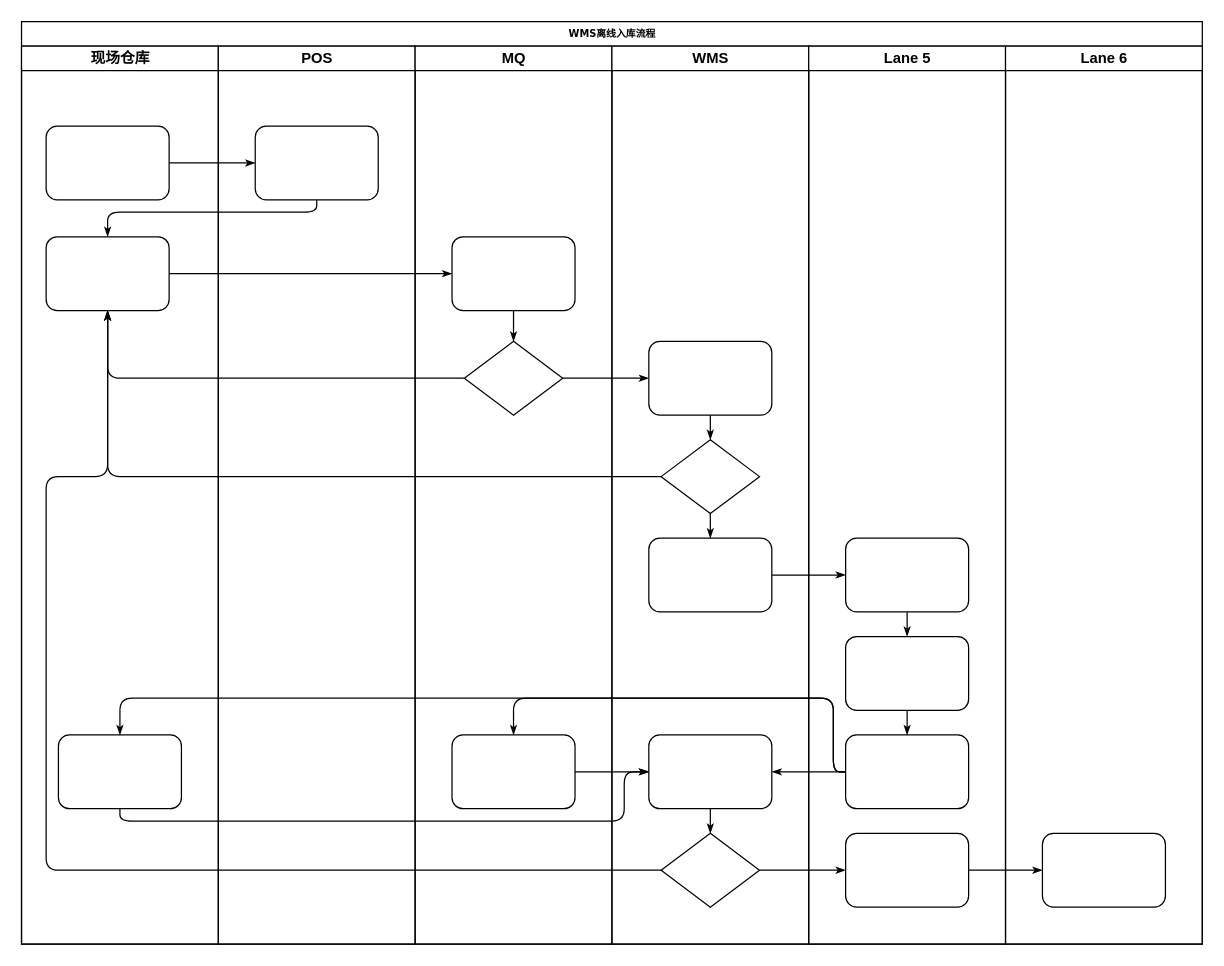
This is 未命名绘图.drawio from brahao/draw.io, a draw.io file, before an edit. Source tidied: cells renumbered, new cells numbered last; positions are measured from the earlier drawing's top-left corner, leaving out a move shared by most shapes. Both pictures are drawn from the tidied source at 123%, with x=0, y=0 at pixel (21, 21).
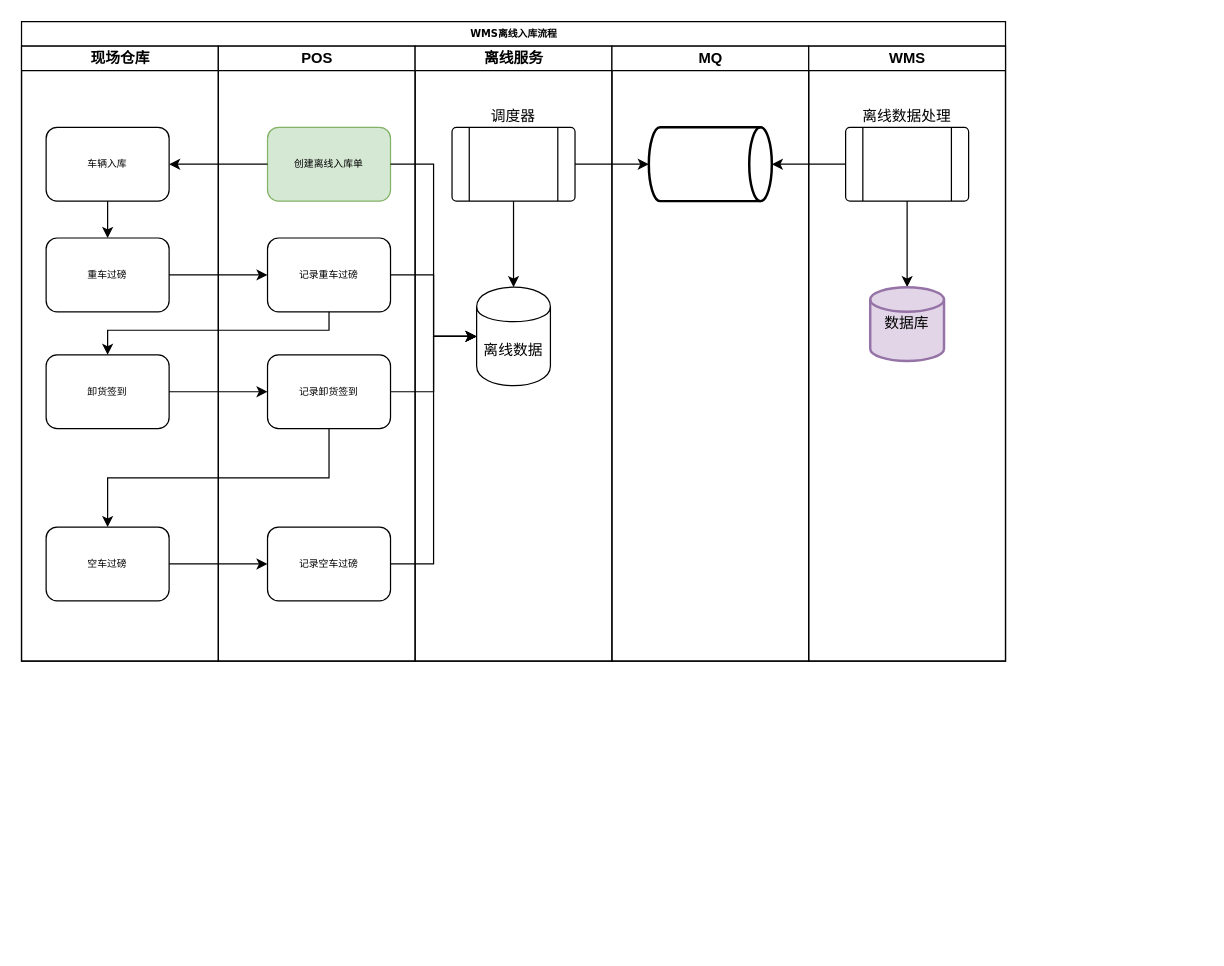
The same diagram, later.

Commit message:
更新未命名绘图.drawio

Change to the diagram source:
```diff
@@
     <mxCell id="2" value="WMS离线入库流程" style="swimlane;html=1;startSize=20;rounded=0;shadow=0;labelBackgroundColor=none;strokeWidth=1;fontFamily=Verdana;fontSize=8;align=center;" parent="1" vertex="1">
-      <mxGeometry width="960" height="750" as="geometry" />
+      <mxGeometry width="800" height="520" as="geometry" />
     </mxCell>
     <mxCell id="3" value="现场仓库" style="swimlane;html=1;startSize=20;" parent="2" vertex="1">
-      <mxGeometry y="20" width="160" height="730" as="geometry" />
+      <mxGeometry y="20" width="160" height="500" as="geometry" />
     </mxCell>
+    <mxCell id="47" style="edgeStyle=orthogonalEdgeStyle;rounded=0;jettySize=auto;html=1;" parent="3" edge="1" source="4" target="5">
+      <mxGeometry relative="1" as="geometry" />
+    </mxCell>
-    <mxCell id="4" style="rounded=1;whiteSpace=wrap;html=1;shadow=0;labelBackgroundColor=none;strokeWidth=1;fontFamily=Verdana;fontSize=8;align=center;" parent="3" vertex="1">
-      <mxGeometry x="20" y="65" width="100" height="60" as="geometry" />
+    <mxCell id="4" value="车辆入库" style="rounded=1;whiteSpace=wrap;html=1;shadow=0;labelBackgroundColor=none;strokeWidth=1;fontFamily=Verdana;fontSize=8;align=center;" parent="3" vertex="1">
+      <mxGeometry x="20" y="66" width="100" height="60" as="geometry" />
     </mxCell>
-    <mxCell id="5" style="rounded=1;whiteSpace=wrap;html=1;shadow=0;labelBackgroundColor=none;strokeWidth=1;fontFamily=Verdana;fontSize=8;align=center;" parent="3" vertex="1">
-      <mxGeometry x="20" y="155" width="100" height="60" as="geometry" />
+    <mxCell id="5" value="重车过磅" style="rounded=1;whiteSpace=wrap;html=1;shadow=0;labelBackgroundColor=none;strokeWidth=1;fontFamily=Verdana;fontSize=8;align=center;" parent="3" vertex="1">
+      <mxGeometry x="20" y="156" width="100" height="60" as="geometry" />
     </mxCell>
-    <mxCell id="6" style="rounded=1;whiteSpace=wrap;html=1;shadow=0;labelBackgroundColor=none;strokeWidth=1;fontFamily=Verdana;fontSize=8;align=center;" parent="3" vertex="1">
-      <mxGeometry x="30" y="560" width="100" height="60" as="geometry" />
+    <mxCell id="6" value="卸货签到" style="rounded=1;whiteSpace=wrap;html=1;shadow=0;labelBackgroundColor=none;strokeWidth=1;fontFamily=Verdana;fontSize=8;align=center;" parent="3" vertex="1">
+      <mxGeometry x="20" y="251" width="100" height="60" as="geometry" />
     </mxCell>
-    <mxCell id="7" style="edgeStyle=orthogonalEdgeStyle;rounded=1;html=1;labelBackgroundColor=none;startArrow=none;startFill=0;startSize=5;endArrow=classicThin;endFill=1;endSize=5;jettySize=auto;strokeWidth=1;fontFamily=Verdana;fontSize=8;" parent="2" edge="1" source="4" target="23">
-      <mxGeometry relative="1" as="geometry" />
-    </mxCell>
-    <mxCell id="8" style="edgeStyle=orthogonalEdgeStyle;rounded=1;html=1;labelBackgroundColor=none;startArrow=none;startFill=0;startSize=5;endArrow=classicThin;endFill=1;endSize=5;jettySize=auto;strokeWidth=1;fontFamily=Verdana;fontSize=8;" parent="2" edge="1" source="23" target="5">
-      <mxGeometry relative="1" as="geometry">
-        <Array as="points">
-          <mxPoint x="240" y="155" />
-          <mxPoint x="70" y="155" />
-        </Array>
-      </mxGeometry>
-    </mxCell>
-    <mxCell id="9" style="edgeStyle=orthogonalEdgeStyle;rounded=1;html=1;labelBackgroundColor=none;startArrow=none;startFill=0;startSize=5;endArrow=classicThin;endFill=1;endSize=5;jettySize=auto;strokeWidth=1;fontFamily=Verdana;fontSize=8;" parent="2" edge="1" source="5" target="25">
-      <mxGeometry relative="1" as="geometry" />
-    </mxCell>
-    <mxCell id="10" style="edgeStyle=orthogonalEdgeStyle;rounded=1;html=1;labelBackgroundColor=none;startArrow=none;startFill=0;startSize=5;endArrow=classicThin;endFill=1;endSize=5;jettySize=auto;strokeWidth=1;fontFamily=Verdana;fontSize=8;" parent="2" edge="1" source="26" target="5">
-      <mxGeometry relative="1" as="geometry" />
-    </mxCell>
-    <mxCell id="11" style="edgeStyle=orthogonalEdgeStyle;rounded=1;html=1;labelBackgroundColor=none;startArrow=none;startFill=0;startSize=5;endArrow=classicThin;endFill=1;endSize=5;jettySize=auto;strokeWidth=1;fontFamily=Verdana;fontSize=8;" parent="2" edge="1" source="31" target="5">
-      <mxGeometry relative="1" as="geometry" />
-    </mxCell>
-    <mxCell id="12" style="edgeStyle=orthogonalEdgeStyle;rounded=1;html=1;labelBackgroundColor=none;startArrow=none;startFill=0;startSize=5;endArrow=classicThin;endFill=1;endSize=5;jettySize=auto;strokeWidth=1;fontFamily=Verdana;fontSize=8;" parent="2" edge="1" source="34" target="5">
-      <mxGeometry relative="1" as="geometry">
-        <Array as="points">
-          <mxPoint x="20" y="690" />
-          <mxPoint x="20" y="370" />
-          <mxPoint x="70" y="370" />
-        </Array>
-      </mxGeometry>
-    </mxCell>
-    <mxCell id="13" style="edgeStyle=orthogonalEdgeStyle;rounded=1;html=1;labelBackgroundColor=none;startArrow=none;startFill=0;startSize=5;endArrow=classicThin;endFill=1;endSize=5;jettySize=auto;strokeWidth=1;fontFamily=Verdana;fontSize=8;" parent="2" edge="1" source="26" target="30">
-      <mxGeometry relative="1" as="geometry" />
-    </mxCell>
-    <mxCell id="14" style="edgeStyle=orthogonalEdgeStyle;rounded=1;html=1;labelBackgroundColor=none;startArrow=none;startFill=0;startSize=5;endArrow=classicThin;endFill=1;endSize=5;jettySize=auto;strokeWidth=1;fontFamily=Verdana;fontSize=8;" parent="2" edge="1" source="34" target="42">
-      <mxGeometry relative="1" as="geometry" />
-    </mxCell>
-    <mxCell id="15" style="edgeStyle=orthogonalEdgeStyle;rounded=1;html=1;labelBackgroundColor=none;startArrow=none;startFill=0;startSize=5;endArrow=classicThin;endFill=1;endSize=5;jettySize=auto;strokeWidth=1;fontFamily=Verdana;fontSize=8;" parent="2" edge="1" source="42" target="46">
-      <mxGeometry relative="1" as="geometry" />
-    </mxCell>
-    <mxCell id="16" style="edgeStyle=orthogonalEdgeStyle;rounded=1;html=1;labelBackgroundColor=none;startArrow=none;startFill=0;startSize=5;endArrow=classicThin;endFill=1;endSize=5;jettySize=auto;strokeWidth=1;fontFamily=Verdana;fontSize=8;" parent="2" edge="1" source="32" target="39">
-      <mxGeometry relative="1" as="geometry" />
-    </mxCell>
-    <mxCell id="17" style="edgeStyle=orthogonalEdgeStyle;rounded=1;html=1;labelBackgroundColor=none;startArrow=none;startFill=0;startSize=5;endArrow=classicThin;endFill=1;endSize=5;jettySize=auto;strokeWidth=1;fontFamily=Verdana;fontSize=8;" parent="2" edge="1" source="41" target="27">
-      <mxGeometry relative="1" as="geometry">
-        <Array as="points">
-          <mxPoint x="660" y="610" />
-          <mxPoint x="660" y="550" />
-          <mxPoint x="400" y="550" />
-        </Array>
-      </mxGeometry>
-    </mxCell>
-    <mxCell id="18" style="edgeStyle=orthogonalEdgeStyle;rounded=1;html=1;labelBackgroundColor=none;startArrow=none;startFill=0;startSize=5;endArrow=classicThin;endFill=1;endSize=5;jettySize=auto;strokeColor=#000000;strokeWidth=1;fontFamily=Verdana;fontSize=8;fontColor=#000000;" parent="2" edge="1" source="41" target="33">
-      <mxGeometry relative="1" as="geometry" />
-    </mxCell>
-    <mxCell id="19" style="edgeStyle=orthogonalEdgeStyle;rounded=1;html=1;labelBackgroundColor=none;startArrow=none;startFill=0;startSize=5;endArrow=classicThin;endFill=1;endSize=5;jettySize=auto;strokeWidth=1;fontFamily=Verdana;fontSize=8;" parent="2" edge="1" source="41" target="6">
-      <mxGeometry relative="1" as="geometry">
-        <Array as="points">
-          <mxPoint x="660" y="610" />
-          <mxPoint x="660" y="550" />
-          <mxPoint x="80" y="550" />
-        </Array>
-      </mxGeometry>
-    </mxCell>
-    <mxCell id="20" style="edgeStyle=orthogonalEdgeStyle;rounded=1;html=1;labelBackgroundColor=none;startArrow=none;startFill=0;startSize=5;endArrow=classicThin;endFill=1;endSize=5;jettySize=auto;strokeWidth=1;fontFamily=Verdana;fontSize=8;" parent="2" edge="1" source="6" target="33">
-      <mxGeometry relative="1" as="geometry">
-        <Array as="points">
-          <mxPoint x="80" y="650" />
-          <mxPoint x="490" y="650" />
-          <mxPoint x="490" y="610" />
-        </Array>
-      </mxGeometry>
-    </mxCell>
-    <mxCell id="21" style="edgeStyle=orthogonalEdgeStyle;rounded=1;html=1;labelBackgroundColor=none;startArrow=none;startFill=0;startSize=5;endArrow=classicThin;endFill=1;endSize=5;jettySize=auto;strokeWidth=1;fontFamily=Verdana;fontSize=8;" parent="2" edge="1" source="27" target="33">
-      <mxGeometry relative="1" as="geometry" />
-    </mxCell>
+    <mxCell id="48" value="空车过磅" style="rounded=1;whiteSpace=wrap;html=1;shadow=0;labelBackgroundColor=none;strokeWidth=1;fontFamily=Verdana;fontSize=8;align=center;" parent="3" vertex="1">
+      <mxGeometry x="20" y="391" width="100" height="60" as="geometry" />
+    </mxCell>
     <mxCell id="22" value="POS" style="swimlane;html=1;startSize=20;" parent="2" vertex="1">
-      <mxGeometry x="160" y="20" width="160" height="730" as="geometry" />
+      <mxGeometry x="160" y="20" width="160" height="500" as="geometry" />
     </mxCell>
+    <mxCell id="49" value="记录空车过磅" style="rounded=1;whiteSpace=wrap;html=1;shadow=0;labelBackgroundColor=none;strokeWidth=1;fontFamily=Verdana;fontSize=8;align=center;" parent="22" vertex="1">
+      <mxGeometry x="40" y="391" width="100" height="60" as="geometry" />
+    </mxCell>
+    <mxCell id="50" value="记录卸货签到" style="rounded=1;whiteSpace=wrap;html=1;shadow=0;labelBackgroundColor=none;strokeWidth=1;fontFamily=Verdana;fontSize=8;align=center;" parent="22" vertex="1">
+      <mxGeometry x="40" y="251" width="100" height="60" as="geometry" />
+    </mxCell>
+    <mxCell id="51" value="记录重车过磅" style="rounded=1;whiteSpace=wrap;html=1;shadow=0;labelBackgroundColor=none;strokeWidth=1;fontFamily=Verdana;fontSize=8;align=center;" parent="22" vertex="1">
+      <mxGeometry x="40" y="156" width="100" height="60" as="geometry" />
+    </mxCell>
-    <mxCell id="23" style="rounded=1;whiteSpace=wrap;html=1;shadow=0;labelBackgroundColor=none;strokeWidth=1;fontFamily=Verdana;fontSize=8;align=center;" parent="22" vertex="1">
-      <mxGeometry x="30" y="65" width="100" height="60" as="geometry" />
+    <mxCell id="23" value="创建离线入库单" style="rounded=1;whiteSpace=wrap;html=1;shadow=0;labelBackgroundColor=none;strokeWidth=1;fontFamily=Verdana;fontSize=8;align=center;fillColor=#d5e8d4;strokeColor=#82b366;" parent="22" vertex="1">
+      <mxGeometry x="40" y="66" width="100" height="60" as="geometry" />
     </mxCell>
-    <mxCell id="24" value="MQ" style="swimlane;html=1;startSize=20;" parent="2" vertex="1">
-      <mxGeometry x="320" y="20" width="160" height="730" as="geometry" />
+    <mxCell id="24" value="离线服务" style="swimlane;html=1;startSize=20;" parent="2" vertex="1">
+      <mxGeometry x="320" y="20" width="160" height="500" as="geometry" />
     </mxCell>
-    <mxCell id="25" style="rounded=1;whiteSpace=wrap;html=1;shadow=0;labelBackgroundColor=none;strokeWidth=1;fontFamily=Verdana;fontSize=8;align=center;" parent="24" vertex="1">
-      <mxGeometry x="30" y="155" width="100" height="60" as="geometry" />
-    </mxCell>
-    <mxCell id="26" style="rhombus;whiteSpace=wrap;html=1;rounded=0;shadow=0;labelBackgroundColor=none;strokeWidth=1;fontFamily=Verdana;fontSize=8;align=center;" parent="24" vertex="1">
-      <mxGeometry x="40" y="240" width="80" height="60" as="geometry" />
-    </mxCell>
-    <mxCell id="27" style="rounded=1;whiteSpace=wrap;html=1;shadow=0;labelBackgroundColor=none;strokeWidth=1;fontFamily=Verdana;fontSize=8;align=center;" parent="24" vertex="1">
-      <mxGeometry x="30" y="560" width="100" height="60" as="geometry" />
-    </mxCell>
-    <mxCell id="28" style="edgeStyle=orthogonalEdgeStyle;rounded=1;html=1;labelBackgroundColor=none;startArrow=none;startFill=0;startSize=5;endArrow=classicThin;endFill=1;endSize=5;jettySize=auto;strokeWidth=1;fontFamily=Verdana;fontSize=8;" parent="24" edge="1" source="25" target="26">
-      <mxGeometry relative="1" as="geometry" />
-    </mxCell>
+    <mxCell id="52" value="离线数据" style="shape=cylinder;whiteSpace=wrap;html=1;boundedLbl=1;backgroundOutline=1;" parent="24" vertex="1">
+      <mxGeometry x="50" y="196" width="60" height="80" as="geometry" />
+    </mxCell>
+    <mxCell id="53" style="edgeStyle=orthogonalEdgeStyle;rounded=0;jettySize=auto;html=1;" parent="24" edge="1" source="54" target="52">
+      <mxGeometry relative="1" as="geometry" />
+    </mxCell>
+    <mxCell id="54" value="调度器" style="verticalLabelPosition=top;verticalAlign=bottom;html=1;shape=process;whiteSpace=wrap;rounded=1;size=0.14;arcSize=6;labelPosition=center;align=center;" parent="24" vertex="1">
+      <mxGeometry x="30" y="66" width="100" height="60" as="geometry" />
+    </mxCell>
-    <mxCell id="29" value="WMS" style="swimlane;html=1;startSize=20;" parent="2" vertex="1">
-      <mxGeometry x="480" y="20" width="160" height="730" as="geometry" />
+    <mxCell id="29" value="MQ" style="swimlane;html=1;startSize=20;" parent="2" vertex="1">
+      <mxGeometry x="480" y="20" width="160" height="500" as="geometry" />
     </mxCell>
-    <mxCell id="30" style="rounded=1;whiteSpace=wrap;html=1;shadow=0;labelBackgroundColor=none;strokeWidth=1;fontFamily=Verdana;fontSize=8;align=center;" parent="29" vertex="1">
-      <mxGeometry x="30" y="240" width="100" height="60" as="geometry" />
-    </mxCell>
-    <mxCell id="31" style="rhombus;whiteSpace=wrap;html=1;rounded=0;shadow=0;labelBackgroundColor=none;strokeWidth=1;fontFamily=Verdana;fontSize=8;align=center;" parent="29" vertex="1">
-      <mxGeometry x="40" y="320" width="80" height="60" as="geometry" />
-    </mxCell>
-    <mxCell id="32" style="rounded=1;whiteSpace=wrap;html=1;shadow=0;labelBackgroundColor=none;strokeWidth=1;fontFamily=Verdana;fontSize=8;align=center;" parent="29" vertex="1">
-      <mxGeometry x="30" y="400" width="100" height="60" as="geometry" />
-    </mxCell>
-    <mxCell id="33" style="rounded=1;whiteSpace=wrap;html=1;shadow=0;labelBackgroundColor=none;strokeWidth=1;fontFamily=Verdana;fontSize=8;align=center;" parent="29" vertex="1">
-      <mxGeometry x="30" y="560" width="100" height="60" as="geometry" />
-    </mxCell>
-    <mxCell id="34" style="rhombus;whiteSpace=wrap;html=1;rounded=0;shadow=0;labelBackgroundColor=none;strokeWidth=1;fontFamily=Verdana;fontSize=8;align=center;" parent="29" vertex="1">
-      <mxGeometry x="40" y="640" width="80" height="60" as="geometry" />
-    </mxCell>
-    <mxCell id="35" style="edgeStyle=orthogonalEdgeStyle;rounded=1;html=1;labelBackgroundColor=none;startArrow=none;startFill=0;startSize=5;endArrow=classicThin;endFill=1;endSize=5;jettySize=auto;strokeColor=#000000;strokeWidth=1;fontFamily=Verdana;fontSize=8;fontColor=#000000;" parent="29" edge="1" source="30" target="31">
-      <mxGeometry relative="1" as="geometry" />
-    </mxCell>
-    <mxCell id="36" style="edgeStyle=orthogonalEdgeStyle;rounded=1;html=1;labelBackgroundColor=none;startArrow=none;startFill=0;startSize=5;endArrow=classicThin;endFill=1;endSize=5;jettySize=auto;strokeWidth=1;fontFamily=Verdana;fontSize=8;" parent="29" edge="1" source="31" target="32">
-      <mxGeometry relative="1" as="geometry" />
-    </mxCell>
-    <mxCell id="37" style="edgeStyle=orthogonalEdgeStyle;rounded=1;html=1;labelBackgroundColor=none;startArrow=none;startFill=0;startSize=5;endArrow=classicThin;endFill=1;endSize=5;jettySize=auto;strokeWidth=1;fontFamily=Verdana;fontSize=8;" parent="29" edge="1" source="33" target="34">
-      <mxGeometry relative="1" as="geometry" />
-    </mxCell>
+    <mxCell id="55" style="strokeWidth=2;html=1;shape=mxgraph.flowchart.direct_data;whiteSpace=wrap;" parent="29" vertex="1">
+      <mxGeometry x="30" y="66" width="100" height="60" as="geometry" />
+    </mxCell>
-    <mxCell id="38" value="Lane 5" style="swimlane;html=1;startSize=20;" parent="2" vertex="1">
-      <mxGeometry x="640" y="20" width="160" height="730" as="geometry" />
+    <mxCell id="38" value="WMS" style="swimlane;html=1;startSize=20;" parent="2" vertex="1">
+      <mxGeometry x="640" y="20" width="160" height="500" as="geometry" />
     </mxCell>
-    <mxCell id="39" style="rounded=1;whiteSpace=wrap;html=1;shadow=0;labelBackgroundColor=none;strokeWidth=1;fontFamily=Verdana;fontSize=8;align=center;" parent="38" vertex="1">
-      <mxGeometry x="30" y="400" width="100" height="60" as="geometry" />
-    </mxCell>
-    <mxCell id="40" style="rounded=1;whiteSpace=wrap;html=1;shadow=0;labelBackgroundColor=none;strokeWidth=1;fontFamily=Verdana;fontSize=8;align=center;" parent="38" vertex="1">
-      <mxGeometry x="30" y="480" width="100" height="60" as="geometry" />
-    </mxCell>
-    <mxCell id="41" style="rounded=1;whiteSpace=wrap;html=1;shadow=0;labelBackgroundColor=none;strokeWidth=1;fontFamily=Verdana;fontSize=8;align=center;" parent="38" vertex="1">
-      <mxGeometry x="30" y="560" width="100" height="60" as="geometry" />
-    </mxCell>
-    <mxCell id="42" style="rounded=1;whiteSpace=wrap;html=1;shadow=0;labelBackgroundColor=none;strokeWidth=1;fontFamily=Verdana;fontSize=8;align=center;" parent="38" vertex="1">
-      <mxGeometry x="30" y="640" width="100" height="60" as="geometry" />
-    </mxCell>
-    <mxCell id="43" style="edgeStyle=orthogonalEdgeStyle;rounded=1;html=1;labelBackgroundColor=none;startArrow=none;startFill=0;startSize=5;endArrow=classicThin;endFill=1;endSize=5;jettySize=auto;strokeWidth=1;fontFamily=Verdana;fontSize=8;" parent="38" edge="1" source="39" target="40">
-      <mxGeometry relative="1" as="geometry" />
-    </mxCell>
-    <mxCell id="44" style="edgeStyle=orthogonalEdgeStyle;rounded=1;html=1;labelBackgroundColor=none;startArrow=none;startFill=0;startSize=5;endArrow=classicThin;endFill=1;endSize=5;jettySize=auto;strokeWidth=1;fontFamily=Verdana;fontSize=8;" parent="38" edge="1" source="40" target="41">
-      <mxGeometry relative="1" as="geometry" />
-    </mxCell>
-    <mxCell id="45" value="Lane 6" style="swimlane;html=1;startSize=20;" parent="2" vertex="1">
-      <mxGeometry x="800" y="20" width="160" height="730" as="geometry" />
-    </mxCell>
-    <mxCell id="46" style="rounded=1;whiteSpace=wrap;html=1;shadow=0;labelBackgroundColor=none;strokeWidth=1;fontFamily=Verdana;fontSize=8;align=center;" parent="45" vertex="1">
-      <mxGeometry x="30" y="640" width="100" height="60" as="geometry" />
-    </mxCell>
+    <mxCell id="56" style="edgeStyle=orthogonalEdgeStyle;rounded=0;jettySize=auto;html=1;" parent="38" edge="1" source="57" target="58">
+      <mxGeometry relative="1" as="geometry" />
+    </mxCell>
+    <mxCell id="57" value="离线数据处理" style="verticalLabelPosition=top;verticalAlign=bottom;html=1;shape=process;whiteSpace=wrap;rounded=1;size=0.14;arcSize=6;labelPosition=center;align=center;" parent="38" vertex="1">
+      <mxGeometry x="30" y="66" width="100" height="60" as="geometry" />
+    </mxCell>
+    <mxCell id="58" value="数据库" style="strokeWidth=2;html=1;shape=mxgraph.flowchart.database;whiteSpace=wrap;fillColor=#e1d5e7;strokeColor=#9673a6;" parent="38" vertex="1">
+      <mxGeometry x="50" y="196" width="60" height="60" as="geometry" />
+    </mxCell>
+    <mxCell id="59" style="edgeStyle=orthogonalEdgeStyle;rounded=0;jettySize=auto;html=1;" parent="2" edge="1" source="23" target="4">
+      <mxGeometry relative="1" as="geometry" />
+    </mxCell>
+    <mxCell id="60" style="edgeStyle=orthogonalEdgeStyle;rounded=0;jettySize=auto;html=1;" parent="2" edge="1" source="5" target="51">
+      <mxGeometry relative="1" as="geometry" />
+    </mxCell>
+    <mxCell id="61" style="edgeStyle=orthogonalEdgeStyle;rounded=0;jettySize=auto;html=1;" parent="2" edge="1" source="6" target="50">
+      <mxGeometry relative="1" as="geometry" />
+    </mxCell>
+    <mxCell id="62" style="edgeStyle=orthogonalEdgeStyle;rounded=0;jettySize=auto;html=1;" parent="2" edge="1" source="48" target="49">
+      <mxGeometry relative="1" as="geometry" />
+    </mxCell>
+    <mxCell id="63" style="edgeStyle=orthogonalEdgeStyle;rounded=0;jettySize=auto;html=1;exitX=0.5;exitY=1;exitDx=0;exitDy=0;" parent="2" edge="1" source="51" target="6">
+      <mxGeometry relative="1" as="geometry">
+        <Array as="points">
+          <mxPoint x="250" y="251" />
+          <mxPoint x="70" y="251" />
+        </Array>
+      </mxGeometry>
+    </mxCell>
+    <mxCell id="64" style="edgeStyle=orthogonalEdgeStyle;rounded=0;jettySize=auto;html=1;exitX=0.5;exitY=1;exitDx=0;exitDy=0;" parent="2" edge="1" source="50" target="48">
+      <mxGeometry relative="1" as="geometry" />
+    </mxCell>
+    <mxCell id="65" style="edgeStyle=orthogonalEdgeStyle;rounded=0;jettySize=auto;html=1;exitX=1;exitY=0.5;exitDx=0;exitDy=0;entryX=0;entryY=0.5;entryDx=0;entryDy=0;" parent="2" edge="1" source="50" target="52">
+      <mxGeometry relative="1" as="geometry" />
+    </mxCell>
+    <mxCell id="66" style="edgeStyle=orthogonalEdgeStyle;rounded=0;jettySize=auto;html=1;exitX=1;exitY=0.5;exitDx=0;exitDy=0;entryX=0;entryY=0.5;entryDx=0;entryDy=0;" parent="2" edge="1" source="51" target="52">
+      <mxGeometry relative="1" as="geometry" />
+    </mxCell>
+    <mxCell id="67" style="edgeStyle=orthogonalEdgeStyle;rounded=0;jettySize=auto;html=1;exitX=1;exitY=0.5;exitDx=0;exitDy=0;entryX=0;entryY=0.5;entryDx=0;entryDy=0;" parent="2" edge="1" source="23" target="52">
+      <mxGeometry relative="1" as="geometry" />
+    </mxCell>
+    <mxCell id="68" style="edgeStyle=orthogonalEdgeStyle;rounded=0;jettySize=auto;html=1;exitX=1;exitY=0.5;exitDx=0;exitDy=0;entryX=0;entryY=0.5;entryDx=0;entryDy=0;" parent="2" edge="1" source="49" target="52">
+      <mxGeometry relative="1" as="geometry" />
+    </mxCell>
+    <mxCell id="69" style="edgeStyle=orthogonalEdgeStyle;rounded=0;jettySize=auto;html=1;" parent="2" edge="1" source="54" target="55">
+      <mxGeometry relative="1" as="geometry" />
+    </mxCell>
+    <mxCell id="70" style="edgeStyle=orthogonalEdgeStyle;rounded=0;jettySize=auto;html=1;" parent="2" edge="1" source="57" target="55">
+      <mxGeometry relative="1" as="geometry" />
+    </mxCell>
```
